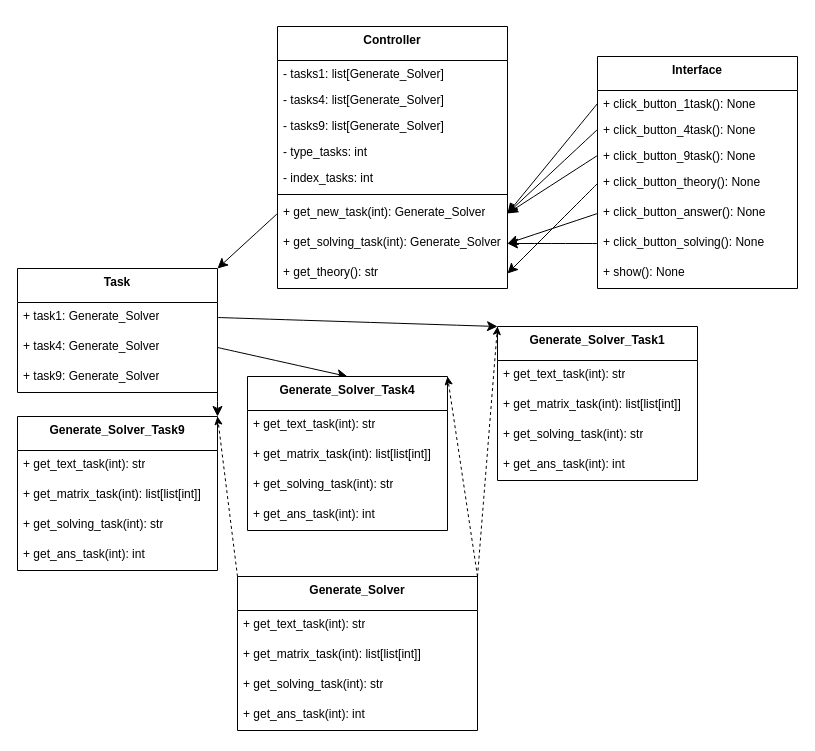
This is page "Копия Page-1" (2 of 2) of Схема классов.drawio from klepa30069/generate_grafs, a draw.io file, before an edit. Source tidied: cells renumbered, new cells numbered last; positions are measured from the earlier drawing's top-left corner, leaving out a move shared by most shapes. Both pictures are drawn from the tidied source at 100%, with x=0, y=0 at pixel (17, 26).
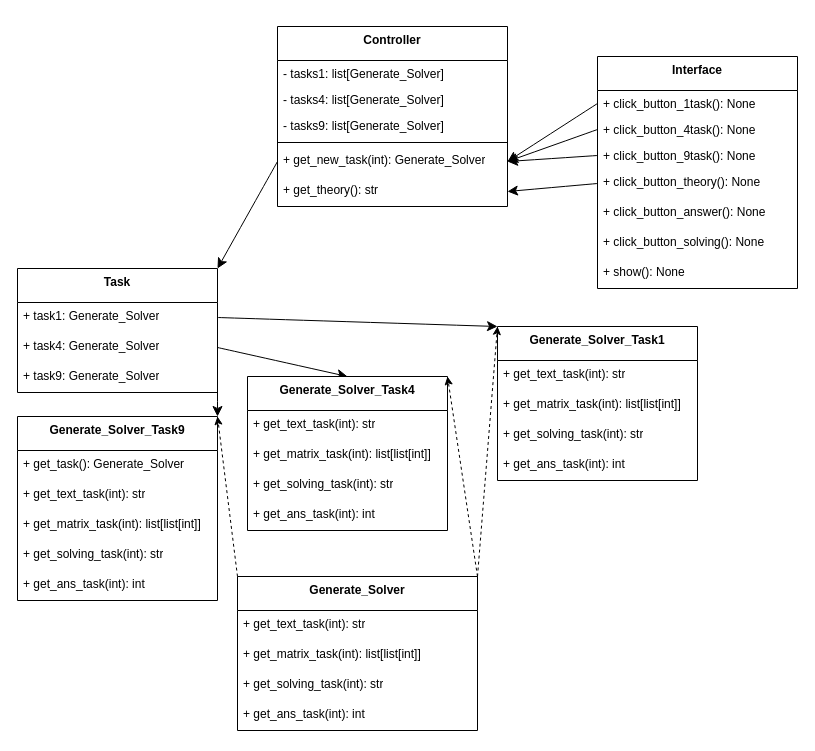
After the change.

The change refers to these unchanged cells:
```xml
<mxCell id="26" value="+ click_button_answer(): None" style="text;strokeColor=none;fillColor=none;align=left;verticalAlign=top;spacingLeft=4;spacingRight=4;overflow=hidden;points=[[0,0.5],[1,0.5]];portConstraint=eastwest;whiteSpace=wrap;html=1;" parent="21" vertex="1">
  <mxGeometry y="142" width="200" height="30" as="geometry" />
</mxCell>
<mxCell id="27" value="+ click_button_solving(): None" style="text;strokeColor=none;fillColor=none;align=left;verticalAlign=top;spacingLeft=4;spacingRight=4;overflow=hidden;points=[[0,0.5],[1,0.5]];portConstraint=eastwest;whiteSpace=wrap;html=1;" parent="21" vertex="1">
  <mxGeometry y="172" width="200" height="30" as="geometry" />
</mxCell>
```

The edit, as a diff of the source:
```diff
@@
     <mxCell id="8" value="Controller" style="swimlane;fontStyle=1;align=center;verticalAlign=top;horizontal=1;startSize=34;whiteSpace=wrap;html=1;" parent="1" vertex="1">
-      <mxGeometry x="260" width="230" height="262" as="geometry" />
+      <mxGeometry x="260" width="230" height="180" as="geometry" />
     </mxCell>
@@
-    <mxCell id="12" value="- type_tasks: int" style="text;strokeColor=none;fillColor=none;align=left;verticalAlign=top;spacingLeft=4;spacingRight=4;overflow=hidden;whiteSpace=wrap;html=1;" parent="8" vertex="1">
-      <mxGeometry y="112" width="230" height="26" as="geometry" />
-    </mxCell>
-    <mxCell id="13" value="- index_tasks: int" style="text;strokeColor=none;fillColor=none;align=left;verticalAlign=top;spacingLeft=4;spacingRight=4;overflow=hidden;whiteSpace=wrap;html=1;" parent="8" vertex="1">
-      <mxGeometry y="138" width="230" height="26" as="geometry" />
-    </mxCell>
     <mxCell id="14" style="line;strokeWidth=1;fillColor=none;align=left;verticalAlign=middle;spacingTop=-1;spacingLeft=3;spacingRight=3;labelPosition=right;strokeColor=inherit;" parent="8" vertex="1">
-      <mxGeometry y="164" width="230" height="8" as="geometry" />
+      <mxGeometry y="112" width="230" height="8" as="geometry" />
     </mxCell>
     <mxCell id="15" value="+ get_new_task(int):&amp;nbsp;&lt;span style=&quot;text-align: center;&quot;&gt;Generate_Solver&lt;/span&gt;" style="text;strokeColor=none;fillColor=none;align=left;verticalAlign=top;spacingLeft=4;spacingRight=4;overflow=hidden;points=[[0,0.5],[1,0.5]];portConstraint=eastwest;whiteSpace=wrap;html=1;" parent="8" vertex="1">
-      <mxGeometry y="172" width="230" height="30" as="geometry" />
+      <mxGeometry y="120" width="230" height="30" as="geometry" />
     </mxCell>
-    <mxCell id="16" value="+ get_solving_task(int):&amp;nbsp;&lt;span style=&quot;text-align: center;&quot;&gt;Generate_Solver&lt;/span&gt;" style="text;strokeColor=none;fillColor=none;align=left;verticalAlign=top;spacingLeft=4;spacingRight=4;overflow=hidden;points=[[0,0.5],[1,0.5]];portConstraint=eastwest;whiteSpace=wrap;html=1;" parent="8" vertex="1">
-      <mxGeometry y="202" width="230" height="30" as="geometry" />
-    </mxCell>
     <mxCell id="17" value="+ get_theory(): str" style="text;strokeColor=none;fillColor=none;align=left;verticalAlign=top;spacingLeft=4;spacingRight=4;overflow=hidden;points=[[0,0.5],[1,0.5]];portConstraint=eastwest;whiteSpace=wrap;html=1;glass=1;" parent="8" vertex="1">
-      <mxGeometry y="232" width="230" height="30" as="geometry" />
+      <mxGeometry y="150" width="230" height="30" as="geometry" />
     </mxCell>
@@
-    <mxCell id="30" style="edgeStyle=none;curved=1;rounded=0;jettySize=auto;html=1;fontSize=12;startSize=8;endSize=8;exitX=0;exitY=0.5;exitDx=0;exitDy=0;entryX=1;entryY=0.5;entryDx=0;entryDy=0;" parent="1" edge="1" source="26" target="16">
-      <mxGeometry relative="1" as="geometry" />
-    </mxCell>
@@
-    <mxCell id="34" style="edgeStyle=none;curved=1;rounded=0;jettySize=auto;html=1;fontSize=12;startSize=8;endSize=8;exitX=0;exitY=0.5;exitDx=0;exitDy=0;entryX=1;entryY=0.5;entryDx=0;entryDy=0;" parent="1" edge="1" source="27" target="16">
-      <mxGeometry relative="1" as="geometry" />
-    </mxCell>
@@
     <mxCell id="42" value="Generate_Solver_Task9" style="swimlane;fontStyle=1;align=center;verticalAlign=top;horizontal=1;startSize=34;whiteSpace=wrap;html=1;" parent="1" vertex="1">
-      <mxGeometry y="390" width="200" height="154" as="geometry" />
+      <mxGeometry y="390" width="200" height="184" as="geometry" />
     </mxCell>
+    <mxCell id="60" value="+ get_task(): Generate_Solver" style="text;strokeColor=none;fillColor=none;align=left;verticalAlign=top;spacingLeft=4;spacingRight=4;overflow=hidden;whiteSpace=wrap;html=1;" parent="42" vertex="1">
+      <mxGeometry y="34" width="200" height="30" as="geometry" />
+    </mxCell>
     <mxCell id="43" value="+ get_text_task(int): str" style="text;strokeColor=none;fillColor=none;align=left;verticalAlign=top;spacingLeft=4;spacingRight=4;overflow=hidden;whiteSpace=wrap;html=1;" parent="42" vertex="1">
-      <mxGeometry y="34" width="200" height="30" as="geometry" />
+      <mxGeometry y="64" width="200" height="30" as="geometry" />
     </mxCell>
     <mxCell id="44" value="+ get_matrix_task(int): list[list[int]]" style="text;strokeColor=none;fillColor=none;align=left;verticalAlign=top;spacingLeft=4;spacingRight=4;overflow=hidden;whiteSpace=wrap;html=1;" parent="42" vertex="1">
-      <mxGeometry y="64" width="200" height="30" as="geometry" />
+      <mxGeometry y="94" width="200" height="30" as="geometry" />
     </mxCell>
     <mxCell id="45" value="+ get_solving_task(int): str" style="text;strokeColor=none;fillColor=none;align=left;verticalAlign=top;spacingLeft=4;spacingRight=4;overflow=hidden;whiteSpace=wrap;html=1;" parent="42" vertex="1">
-      <mxGeometry y="94" width="200" height="30" as="geometry" />
+      <mxGeometry y="124" width="200" height="30" as="geometry" />
     </mxCell>
     <mxCell id="46" value="+ get_ans_task(int): int" style="text;strokeColor=none;fillColor=none;align=left;verticalAlign=top;spacingLeft=4;spacingRight=4;overflow=hidden;whiteSpace=wrap;html=1;" parent="42" vertex="1">
-      <mxGeometry y="124" width="200" height="30" as="geometry" />
+      <mxGeometry y="154" width="200" height="30" as="geometry" />
     </mxCell>
```
